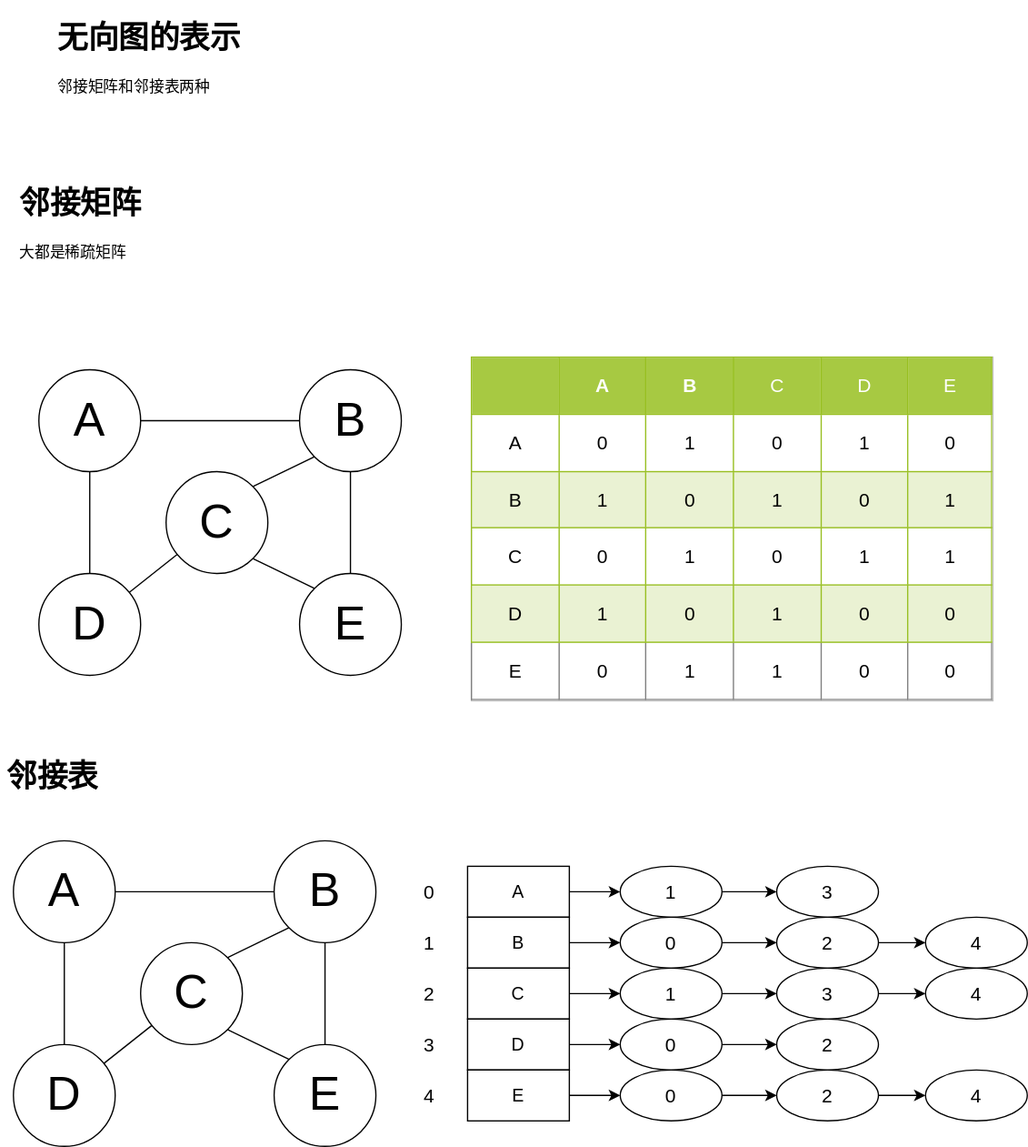
This is algorithm/graphs/mapsDataStructure.drawio.svg from fangzhzh/leetcode, a draw.io export, as it was before one commit. Source tidied: cells renumbered, new cells last; positions are measured from the earlier drawing's top-left corner, leaving out a move shared by most shapes.
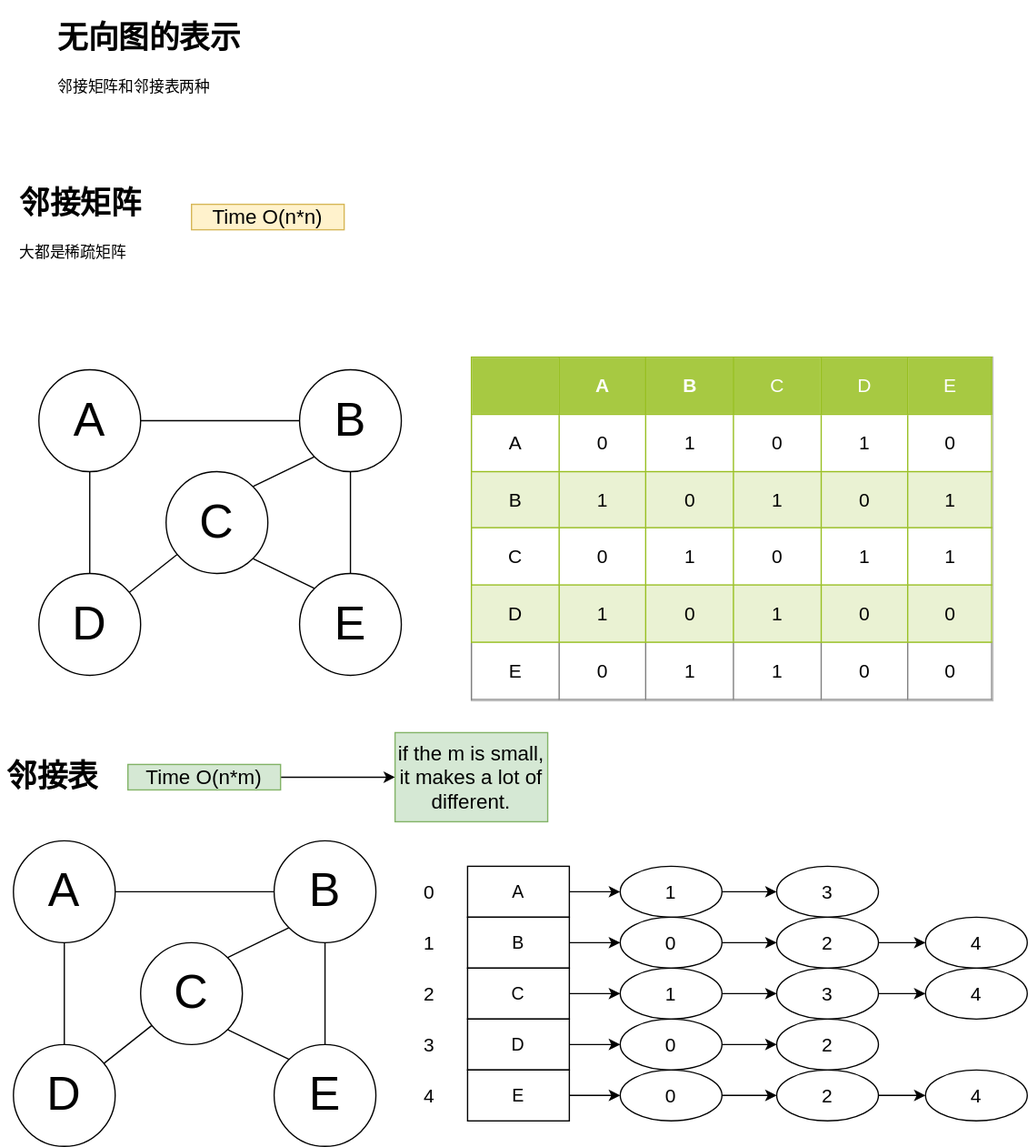
Above is the later version.

What changed in the source:
```diff
@@ -202,5 +202,17 @@
     <mxCell id="65" value="4" style="ellipse;whiteSpace=wrap;html=1;fontSize=15;align=center;" parent="1" vertex="1">
       <mxGeometry x="727" y="830" width="80" height="40" as="geometry" />
     </mxCell>
+    <mxCell id="66" value="Time O(n*n)" style="text;html=1;strokeColor=#d6b656;fillColor=#fff2cc;align=center;verticalAlign=middle;whiteSpace=wrap;rounded=0;fontSize=16;" parent="1" vertex="1">
+      <mxGeometry x="150" y="150" width="120" height="20" as="geometry" />
+    </mxCell>
+    <mxCell id="67" style="edgeStyle=orthogonalEdgeStyle;rounded=0;jettySize=auto;html=1;fontSize=16;" parent="1" edge="1" source="68" target="69">
+      <mxGeometry relative="1" as="geometry" />
+    </mxCell>
+    <mxCell id="68" value="Time O(n*m)" style="text;html=1;strokeColor=#82b366;fillColor=#d5e8d4;align=center;verticalAlign=middle;whiteSpace=wrap;rounded=0;fontSize=16;" parent="1" vertex="1">
+      <mxGeometry x="100" y="590" width="120" height="20" as="geometry" />
+    </mxCell>
+    <mxCell id="69" value="if the m is small, it makes a lot of different." style="text;html=1;strokeColor=#82b366;fillColor=#d5e8d4;align=center;verticalAlign=middle;whiteSpace=wrap;rounded=0;fontSize=16;" parent="1" vertex="1">
+      <mxGeometry x="310" y="565" width="120" height="70" as="geometry" />
+    </mxCell>
   </root>
 </mxGraphModel>
```
